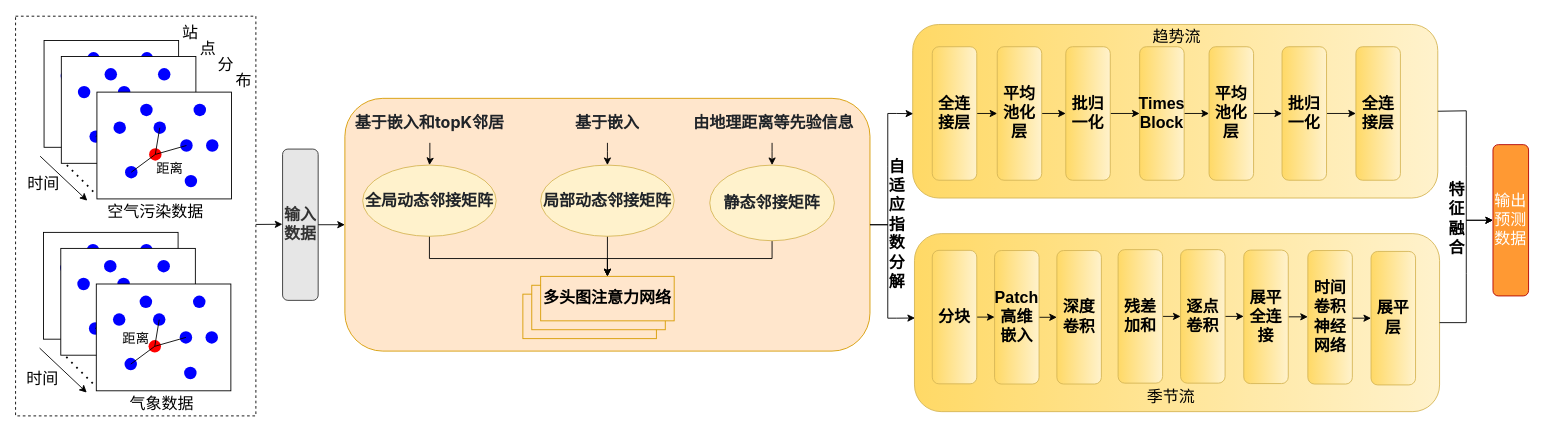
The draw.io diagram 1.drawio in rrrework/hello_webgis, before the edit. Source tidied: cells renumbered, new cells numbered last; positions are measured from the earlier drawing's top-left corner, leaving out a move shared by most shapes. Both pictures are drawn from the tidied source at 89%, with x=0, y=0 at pixel (15, 15).
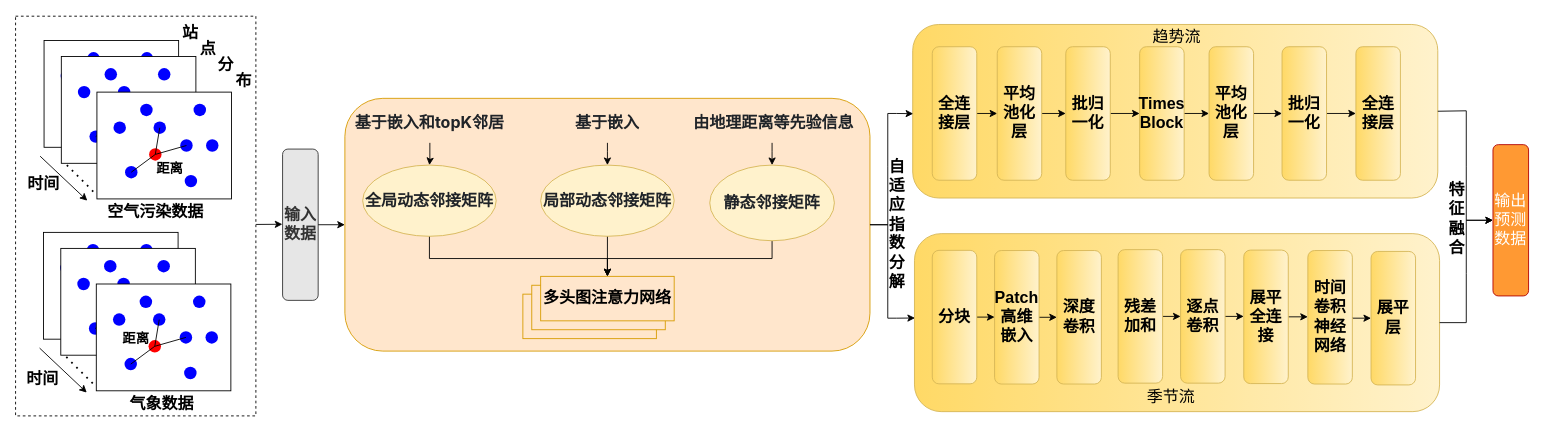
After the change.

Diff of the diagram source:
```diff
@@
-    <mxCell id="44" value="&lt;font style=&quot;font-size: 18px;&quot;&gt;时间&lt;/font&gt;" style="text;html=1;align=center;verticalAlign=middle;strokeColor=none;fillColor=none;" parent="1" vertex="1">
+    <mxCell id="44" value="&lt;font style=&quot;font-size: 18px;&quot;&gt;&lt;b&gt;时间&lt;/b&gt;&lt;/font&gt;" style="text;html=1;align=center;verticalAlign=middle;strokeColor=none;fillColor=none;" parent="1" vertex="1">
       <mxGeometry x="0.6" y="168.7" width="60" height="40" as="geometry" />
     </mxCell>
-    <mxCell id="45" value="&lt;font style=&quot;font-size: 15px;&quot;&gt;距离&lt;/font&gt;" style="text;html=1;align=center;verticalAlign=middle;strokeColor=none;fillColor=none;" parent="1" vertex="1">
+    <mxCell id="45" value="&lt;font style=&quot;font-size: 15px;&quot;&gt;&lt;b&gt;距离&lt;/b&gt;&lt;/font&gt;" style="text;html=1;align=center;verticalAlign=middle;strokeColor=none;fillColor=none;" parent="1" vertex="1">
       <mxGeometry x="147.6" y="156" width="50" height="30" as="geometry" />
     </mxCell>
-    <mxCell id="46" value="&lt;font style=&quot;font-size: 18px;&quot;&gt;空气污染数据&lt;/font&gt;" style="text;html=1;align=center;verticalAlign=middle;strokeColor=none;fillColor=none;" parent="1" vertex="1">
+    <mxCell id="46" value="&lt;font style=&quot;font-size: 18px;&quot;&gt;&lt;b&gt;空气污染数据&lt;/b&gt;&lt;/font&gt;" style="text;html=1;align=center;verticalAlign=middle;strokeColor=none;fillColor=none;" parent="1" vertex="1">
       <mxGeometry x="92" y="201" width="130" height="40" as="geometry" />
     </mxCell>
@@
-    <mxCell id="88" value="&lt;font style=&quot;font-size: 18px;&quot;&gt;时间&lt;/font&gt;" style="text;html=1;align=center;verticalAlign=middle;strokeColor=none;fillColor=none;" parent="1" vertex="1">
+    <mxCell id="88" value="&lt;font style=&quot;font-size: 18px;&quot;&gt;&lt;b&gt;时间&lt;/b&gt;&lt;/font&gt;" style="text;html=1;align=center;verticalAlign=middle;strokeColor=none;fillColor=none;" parent="1" vertex="1">
       <mxGeometry y="387.6" width="60" height="40" as="geometry" />
     </mxCell>
-    <mxCell id="89" value="&lt;font style=&quot;font-size: 15px;&quot;&gt;距离&lt;/font&gt;" style="text;html=1;align=center;verticalAlign=middle;strokeColor=none;fillColor=none;" parent="1" vertex="1">
+    <mxCell id="89" value="&lt;font style=&quot;font-size: 15px;&quot;&gt;&lt;b&gt;距离&lt;/b&gt;&lt;/font&gt;" style="text;html=1;align=center;verticalAlign=middle;strokeColor=none;fillColor=none;" parent="1" vertex="1">
       <mxGeometry x="110" y="346.6" width="50" height="30" as="geometry" />
     </mxCell>
-    <mxCell id="90" value="&lt;font style=&quot;font-size: 18px;&quot;&gt;气象数据&lt;/font&gt;" style="text;html=1;align=center;verticalAlign=middle;strokeColor=none;fillColor=none;" parent="1" vertex="1">
+    <mxCell id="90" value="&lt;font style=&quot;font-size: 18px;&quot;&gt;&lt;b&gt;气象数据&lt;/b&gt;&lt;/font&gt;" style="text;html=1;align=center;verticalAlign=middle;strokeColor=none;fillColor=none;" parent="1" vertex="1">
       <mxGeometry x="114.4" y="416.6" width="100" height="40" as="geometry" />
     </mxCell>
@@
-    <mxCell id="147" value="&lt;div style=&quot;line-height: 100%;&quot;&gt;&lt;font style=&quot;font-size: 18px; line-height: 100%;&quot;&gt;站&lt;/font&gt;&lt;div&gt;&lt;font style=&quot;font-size: 18px; line-height: 100%;&quot;&gt;&amp;nbsp; &amp;nbsp; &amp;nbsp; &amp;nbsp; 点&lt;/font&gt;&lt;/div&gt;&lt;div&gt;&lt;font style=&quot;font-size: 18px; line-height: 100%;&quot;&gt;&amp;nbsp; &amp;nbsp; &amp;nbsp; &amp;nbsp; &amp;nbsp; &amp;nbsp; &amp;nbsp; &amp;nbsp; 分&lt;/font&gt;&lt;/div&gt;&lt;div&gt;&lt;font style=&quot;font-size: 18px; line-height: 100%;&quot;&gt;&amp;nbsp; &amp;nbsp; &amp;nbsp; &amp;nbsp; &amp;nbsp; &amp;nbsp; &amp;nbsp; &amp;nbsp; &amp;nbsp; &amp;nbsp; &amp;nbsp; &amp;nbsp; 布&lt;/font&gt;&lt;/div&gt;&lt;/div&gt;" style="text;html=1;align=center;verticalAlign=middle;strokeColor=none;fillColor=none;" parent="1" vertex="1">
+    <mxCell id="147" value="&lt;div style=&quot;line-height: 100%;&quot;&gt;&lt;font style=&quot;font-size: 18px; line-height: 100%;&quot;&gt;&lt;b&gt;站&lt;/b&gt;&lt;/font&gt;&lt;div&gt;&lt;font style=&quot;font-size: 18px; line-height: 100%;&quot;&gt;&lt;b&gt;&amp;nbsp; &amp;nbsp; &amp;nbsp; &amp;nbsp; 点&lt;/b&gt;&lt;/font&gt;&lt;/div&gt;&lt;div&gt;&lt;font style=&quot;font-size: 18px; line-height: 100%;&quot;&gt;&lt;b&gt;&amp;nbsp; &amp;nbsp; &amp;nbsp; &amp;nbsp; &amp;nbsp; &amp;nbsp; &amp;nbsp; &amp;nbsp; 分&lt;/b&gt;&lt;/font&gt;&lt;/div&gt;&lt;div&gt;&lt;font style=&quot;font-size: 18px; line-height: 100%;&quot;&gt;&lt;b&gt;&amp;nbsp; &amp;nbsp; &amp;nbsp; &amp;nbsp; &amp;nbsp; &amp;nbsp; &amp;nbsp; &amp;nbsp; &amp;nbsp; &amp;nbsp; &amp;nbsp; &amp;nbsp; 布&lt;/b&gt;&lt;/font&gt;&lt;/div&gt;&lt;/div&gt;" style="text;html=1;align=center;verticalAlign=middle;strokeColor=none;fillColor=none;" parent="1" vertex="1">
       <mxGeometry x="116.4" y="0.7" width="160" height="90" as="geometry" />
     </mxCell>
```
